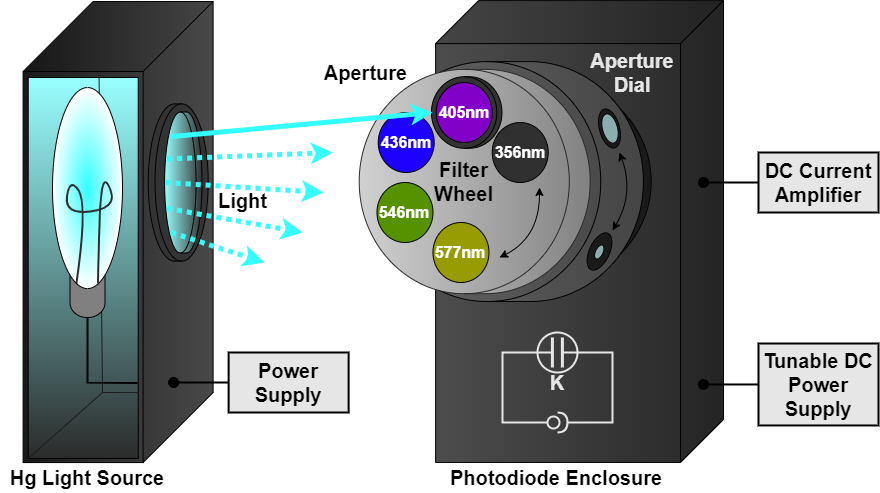
parallax-xallaraq/PHSX616 keeps this draw.io diagram as Lab4 - Photoelectric Effect/Figures/apparatus.png. Above is the earlier version. Source tidied: cells renumbered, new cells last; positions are measured from the earlier drawing's top-left corner, leaving out a move shared by most shapes.
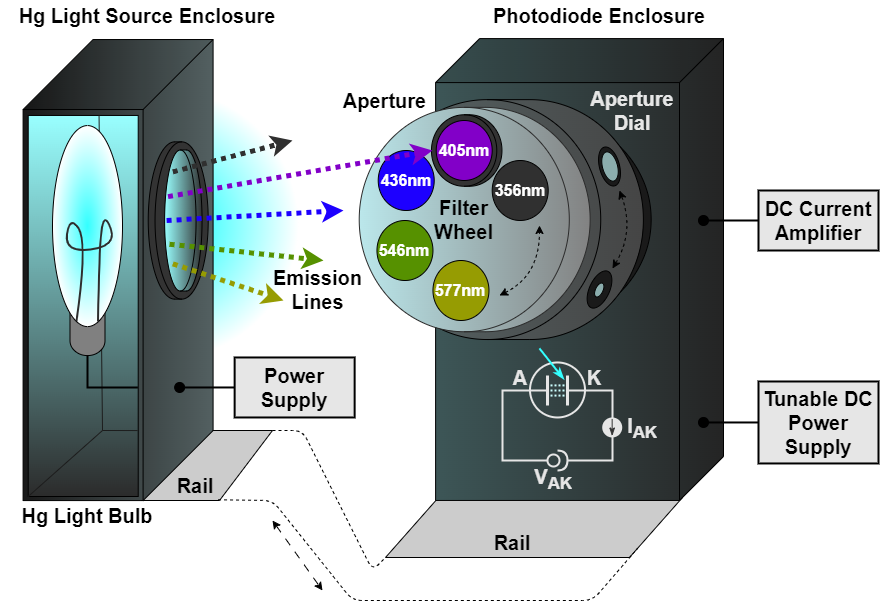
Later version of the same file.

Diff of the diagram source:
```diff
@@ -4,3 +4,20 @@
     <mxCell id="1" parent="0" />
+    <mxCell id="67" style="ellipse;whiteSpace=wrap;html=1;strokeColor=none;gradientColor=#FFFFFF;gradientDirection=radial;fillColor=#00FFFF;" parent="1" vertex="1">
+      <mxGeometry x="141.1" y="5" width="270" height="270" as="geometry" />
+    </mxCell>
+    <mxCell id="68" style="shape=parallelogram;perimeter=parallelogramPerimeter;whiteSpace=wrap;html=1;fixedSize=1;size=53;strokeColor=default;fillColor=#CCCCCC;" parent="1" vertex="1">
+      <mxGeometry x="253.5" y="346" width="131.5" height="70" as="geometry" />
+    </mxCell>
+    <mxCell id="69" style="endArrow=none;html=1;entryX=0;entryY=1;entryDx=0;entryDy=0;rounded=1;dashed=1;exitX=1;exitY=0;exitDx=0;exitDy=0;" parent="1" edge="1" source="68" target="70">
+      <mxGeometry relative="1" as="geometry">
+        <Array as="points">
+          <mxPoint x="415" y="346" />
+          <mxPoint x="485" y="486" />
+        </Array>
+      </mxGeometry>
+    </mxCell>
+    <mxCell id="70" style="shape=parallelogram;perimeter=parallelogramPerimeter;whiteSpace=wrap;html=1;fixedSize=1;size=53;strokeColor=default;fillColor=#CCCCCC;" parent="1" vertex="1">
+      <mxGeometry x="498" y="413" width="297" height="60" as="geometry" />
+    </mxCell>
-    <mxCell id="2" style="shape=cube;whiteSpace=wrap;html=1;boundedLbl=1;backgroundOutline=1;darkOpacity=0.05;darkOpacity2=0.1;size=70;rotation=90;fillColor=#4D4D4D;gradientColor=#191919;fontSize=20;" parent="1" vertex="1">
+    <mxCell id="2" style="shape=cube;whiteSpace=wrap;html=1;boundedLbl=1;backgroundOutline=1;darkOpacity=0.05;darkOpacity2=0.1;size=70;rotation=90;fillColor=#576566;gradientColor=#191919;fontSize=20;" parent="1" vertex="1">
       <mxGeometry x="0.1" y="90.6" width="461.1" height="190" as="geometry" />
@@ -10,3 +27,3 @@
     </mxCell>
-    <mxCell id="4" style="shape=cube;whiteSpace=wrap;html=1;boundedLbl=1;backgroundOutline=1;darkOpacity=0.05;darkOpacity2=0.1;size=43;rotation=90;fillColor=#4D4D4D;shadow=0;gradientColor=#262626;gradientDirection=north;fontSize=20;" parent="1" vertex="1">
+    <mxCell id="4" style="shape=cube;whiteSpace=wrap;html=1;boundedLbl=1;backgroundOutline=1;darkOpacity=0.05;darkOpacity2=0.1;size=44;rotation=90;fillColor=#3D5657;shadow=0;gradientColor=#262626;gradientDirection=north;fontSize=20;" parent="1" vertex="1">
       <mxGeometry x="461.1" y="41.1" width="461.9" height="287.9" as="geometry" />
@@ -16,6 +33,6 @@
     </mxCell>
-    <mxCell id="6" style="shape=cylinder3;whiteSpace=wrap;html=1;boundedLbl=1;backgroundOutline=1;size=113.52428571428561;rotation=-90;fillColor=#666666;gradientColor=#454545;fontSize=20;" parent="1" vertex="1">
+    <mxCell id="6" style="shape=cylinder3;whiteSpace=wrap;html=1;boundedLbl=1;backgroundOutline=1;size=113.52428571428561;rotation=-90;fillColor=#576566;gradientColor=#454545;fontSize=20;" parent="1" vertex="1">
       <mxGeometry x="501.1" y="0.2" width="239.9" height="269.7" as="geometry" />
     </mxCell>
-    <mxCell id="7" style="shape=cylinder3;whiteSpace=wrap;html=1;boundedLbl=1;backgroundOutline=1;size=105.0376190476191;rotation=-90;fillColor=#D1D1D1;gradientColor=#828282;gradientDirection=south;strokeColor=#2B2B2B;fontSize=20;" parent="1" vertex="1">
+    <mxCell id="7" style="shape=cylinder3;whiteSpace=wrap;html=1;boundedLbl=1;backgroundOutline=1;size=105.0376190476191;rotation=-90;fillColor=#BBE7EB;gradientColor=#828282;gradientDirection=south;strokeColor=#2B2B2B;fontSize=20;" parent="1" vertex="1">
       <mxGeometry x="475" y="19.6" width="224.4" height="230.9" as="geometry" />
@@ -25,3 +42,3 @@
     </mxCell>
-    <mxCell id="9" style="ellipse;whiteSpace=wrap;html=1;fillColor=#1d00ff;fontSize=20;" parent="1" vertex="1">
+    <mxCell id="9" style="ellipse;whiteSpace=wrap;html=1;fillColor=#1D00FF;fontSize=20;" parent="1" vertex="1">
       <mxGeometry x="490.7" y="66" width="56" height="60" as="geometry" />
@@ -34,44 +51,2 @@
     </mxCell>
-    <mxCell id="12" style="group;fontColor=#FFFFFF;fontSize=20;" parent="1" vertex="1">
-      <mxGeometry x="615" y="286" width="125" height="100" as="geometry" />
-    </mxCell>
-    <mxCell id="13" style="ellipse;whiteSpace=wrap;html=1;fillColor=none;strokeWidth=2;strokeColor=#E6E6E6;fontSize=20;" parent="12" vertex="1">
-      <mxGeometry x="35" width="40" height="40" as="geometry" />
-    </mxCell>
-    <mxCell id="14" style="shape=providedRequiredInterface;html=1;verticalLabelPosition=bottom;sketch=0;fillColor=none;strokeWidth=2;strokeColor=#E6E6E6;fontSize=20;" parent="12" vertex="1">
-      <mxGeometry x="45" y="80" width="20" height="20" as="geometry" />
-    </mxCell>
-    <mxCell id="15" style="endArrow=none;html=1;rounded=0;strokeWidth=3;strokeColor=#E6E6E6;fontSize=20;" parent="12" edge="1">
-      <mxGeometry relative="1" as="geometry">
-        <mxPoint x="49.9" y="35" as="sourcePoint" />
-        <mxPoint x="49.9" y="5" as="targetPoint" />
-      </mxGeometry>
-    </mxCell>
-    <mxCell id="16" style="endArrow=none;html=1;rounded=0;strokeWidth=3;strokeColor=#E6E6E6;fontSize=20;" parent="12" edge="1">
-      <mxGeometry relative="1" as="geometry">
-        <mxPoint x="59.9" y="35" as="sourcePoint" />
-        <mxPoint x="59.9" y="5" as="targetPoint" />
-      </mxGeometry>
-    </mxCell>
-    <mxCell id="17" style="endArrow=none;html=1;rounded=0;exitX=0;exitY=0.5;exitDx=0;exitDy=0;exitPerimeter=0;strokeWidth=2;strokeColor=#E6E6E6;fontSize=20;" parent="12" edge="1" source="14">
-      <mxGeometry relative="1" as="geometry">
-        <mxPoint x="50" y="20" as="targetPoint" />
-        <Array as="points">
-          <mxPoint y="90" />
-          <mxPoint y="20" />
-        </Array>
-      </mxGeometry>
-    </mxCell>
-    <mxCell id="18" style="endArrow=none;html=1;rounded=0;exitX=1;exitY=0.5;exitDx=0;exitDy=0;exitPerimeter=0;strokeWidth=2;strokeColor=#E6E6E6;fontSize=20;" parent="12" edge="1" source="14">
-      <mxGeometry relative="1" as="geometry">
-        <mxPoint x="60" y="20" as="targetPoint" />
-        <Array as="points">
-          <mxPoint x="110" y="90" />
-          <mxPoint x="110" y="20" />
-        </Array>
-      </mxGeometry>
-    </mxCell>
-    <mxCell id="19" value="&lt;b style=&quot;font-size: 20px;&quot;&gt;&lt;font style=&quot;font-size: 20px;&quot;&gt;K&lt;/font&gt;&lt;/b&gt;" style="text;html=1;strokeColor=none;fillColor=none;align=center;verticalAlign=middle;whiteSpace=wrap;rounded=0;fontColor=#E6E6E6;fontSize=20;" parent="12" vertex="1">
-      <mxGeometry x="25" y="35" width="60" height="30" as="geometry" />
-    </mxCell>
     <mxCell id="20" value="&lt;b style=&quot;font-size: 16px;&quot;&gt;&lt;font style=&quot;font-size: 16px;&quot;&gt;356nm&lt;/font&gt;&lt;/b&gt;" style="text;html=1;strokeColor=none;fillColor=none;align=center;verticalAlign=middle;whiteSpace=wrap;rounded=0;fontColor=#FFFFFF;fontSize=16;" parent="1" vertex="1">
@@ -106,3 +81,3 @@
     </mxCell>
-    <mxCell id="30" style="endArrow=classic;startArrow=classic;html=1;curved=1;exitX=0.5;exitY=0;exitDx=0;exitDy=0;entryX=0.5;entryY=1;entryDx=0;entryDy=0;fontSize=20;" parent="1" edge="1">
+    <mxCell id="30" style="endArrow=classic;startArrow=classic;html=1;curved=1;exitX=0.5;exitY=0;exitDx=0;exitDy=0;entryX=0.5;entryY=1;entryDx=0;entryDy=0;fontSize=20;dashed=1;" parent="1" edge="1">
       <mxGeometry relative="1" as="geometry">
@@ -115,3 +90,3 @@
     </mxCell>
-    <mxCell id="31" style="endArrow=classic;startArrow=classic;html=1;curved=1;fontSize=20;" parent="1" edge="1">
+    <mxCell id="31" style="endArrow=classic;startArrow=classic;html=1;curved=1;fontSize=20;dashed=1;" parent="1" edge="1">
       <mxGeometry relative="1" as="geometry">
@@ -124,3 +99,3 @@
     </mxCell>
-    <mxCell id="32" value="&lt;font style=&quot;font-size: 20px;&quot;&gt;&lt;b style=&quot;font-size: 20px;&quot;&gt;Hg Light Source&lt;/b&gt;&lt;/font&gt;" style="text;html=1;strokeColor=none;fillColor=none;align=center;verticalAlign=middle;whiteSpace=wrap;rounded=0;fontSize=20;" parent="1" vertex="1">
+    <mxCell id="32" value="&lt;font style=&quot;font-size: 20px;&quot;&gt;&lt;b style=&quot;font-size: 20px;&quot;&gt;Hg Light Bulb&lt;/b&gt;&lt;/font&gt;" style="text;html=1;strokeColor=none;fillColor=none;align=center;verticalAlign=middle;whiteSpace=wrap;rounded=0;fontSize=20;" parent="1" vertex="1">
       <mxGeometry x="112.8" y="416" width="174.3" height="30" as="geometry" />
@@ -134,3 +109,3 @@
     <mxCell id="35" value="&lt;font style=&quot;font-size: 20px;&quot;&gt;&lt;b style=&quot;font-size: 20px;&quot;&gt;Photodiode Enclosure&lt;/b&gt;&lt;/font&gt;" style="text;html=1;strokeColor=none;fillColor=none;align=center;verticalAlign=middle;whiteSpace=wrap;rounded=0;fontSize=20;" parent="1" vertex="1">
-      <mxGeometry x="538.5" y="416" width="262.3" height="30" as="geometry" />
+      <mxGeometry x="580.9" y="-84" width="262.3" height="30" as="geometry" />
     </mxCell>
@@ -163,6 +138,6 @@
     <mxCell id="44" value="&lt;font style=&quot;font-size: 20px;&quot;&gt;&lt;b style=&quot;font-size: 20px;&quot;&gt;Power Supply&lt;/b&gt;&lt;/font&gt;" style="rounded=0;whiteSpace=wrap;html=1;strokeWidth=2;fillColor=#E6E6E6;fontSize=20;" parent="1" vertex="1">
-      <mxGeometry x="341.1" y="306" width="120" height="60" as="geometry" />
+      <mxGeometry x="347.1" y="273" width="120" height="60" as="geometry" />
     </mxCell>
     <mxCell id="45" style="ellipse;whiteSpace=wrap;html=1;fillColor=#000000;fontSize=20;" parent="1" vertex="1">
-      <mxGeometry x="281.1" y="331" width="10" height="10" as="geometry" />
+      <mxGeometry x="287.1" y="298" width="10" height="10" as="geometry" />
     </mxCell>
@@ -206,6 +181,6 @@
     </mxCell>
-    <mxCell id="53" style="endArrow=none;html=1;rounded=0;strokeWidth=2;entryX=0.5;entryY=1;entryDx=0;entryDy=0;entryPerimeter=0;exitX=0.995;exitY=0.802;exitDx=0;exitDy=0;exitPerimeter=0;fontSize=20;" parent="1" edge="1" source="3" target="50">
+    <mxCell id="53" style="endArrow=none;html=1;rounded=0;strokeWidth=2;entryX=0.5;entryY=1;entryDx=0;entryDy=0;entryPerimeter=0;exitX=0.997;exitY=0.714;exitDx=0;exitDy=0;fontSize=20;exitPerimeter=0;" parent="1" edge="1" source="3" target="50">
       <mxGeometry relative="1" as="geometry">
         <Array as="points">
-          <mxPoint x="200" y="336" />
+          <mxPoint x="200" y="303" />
         </Array>
@@ -222,25 +197,29 @@
     </mxCell>
-    <mxCell id="57" style="endArrow=classic;html=1;rounded=0;strokeWidth=5;strokeColor=#33FFFF;exitX=0.5;exitY=0;exitDx=0;exitDy=0;exitPerimeter=0;dashed=1;dashPattern=1 1;fontSize=20;" parent="1" edge="1">
+    <mxCell id="57" style="endArrow=classic;html=1;rounded=0;strokeWidth=5;strokeColor=#569100;dashed=1;dashPattern=1 1;fontSize=20;exitX=0.332;exitY=0.104;exitDx=0;exitDy=0;exitPerimeter=0;" parent="1" edge="1">
       <mxGeometry relative="1" as="geometry">
-        <mxPoint x="278.1" y="136" as="sourcePoint" />
-        <mxPoint x="436" y="146" as="targetPoint" />
+        <mxPoint x="282" y="159.7" as="sourcePoint" />
+        <mxPoint x="436" y="176" as="targetPoint" />
       </mxGeometry>
     </mxCell>
-    <mxCell id="58" style="endArrow=classic;html=1;rounded=0;strokeWidth=5;strokeColor=#33FFFF;exitX=0.145;exitY=0;exitDx=0;exitDy=4.5613258064516184;exitPerimeter=0;dashed=1;dashPattern=1 1;fontSize=20;" parent="1" edge="1">
+    <mxCell id="58" style="endArrow=classic;html=1;rounded=0;strokeWidth=5;strokeColor=#303030;exitX=0.845;exitY=0.218;exitDx=0;exitDy=0;exitPerimeter=0;dashed=1;dashPattern=1 1;fontSize=20;" parent="1" edge="1" source="56">
       <mxGeometry relative="1" as="geometry">
-        <mxPoint x="283.7" y="186.1" as="sourcePoint" />
-        <mxPoint x="377" y="216" as="targetPoint" />
+        <mxPoint x="405" y="56" as="targetPoint" />
       </mxGeometry>
     </mxCell>
-    <mxCell id="59" value="&lt;font style=&quot;font-size: 20px;&quot;&gt;&lt;b style=&quot;font-size: 20px;&quot;&gt;Light&lt;/b&gt;&lt;/font&gt;" style="text;html=1;strokeColor=none;fillColor=none;align=center;verticalAlign=middle;whiteSpace=wrap;rounded=0;fontColor=#000000;fontSize=20;" parent="1" vertex="1">
-      <mxGeometry x="298" y="139" width="114.5" height="30" as="geometry" />
+    <mxCell id="59" value="&lt;font style=&quot;font-size: 20px;&quot;&gt;&lt;b style=&quot;font-size: 20px;&quot;&gt;Emission Lines&lt;/b&gt;&lt;/font&gt;" style="text;html=1;strokeColor=none;fillColor=none;align=center;verticalAlign=middle;whiteSpace=wrap;rounded=0;fontColor=#000000;fontSize=20;" parent="1" vertex="1">
+      <mxGeometry x="372.9" y="190" width="114.5" height="30" as="geometry" />
     </mxCell>
+    <mxCell id="13" style="ellipse;whiteSpace=wrap;html=1;fillColor=none;strokeWidth=2;strokeColor=#E6E6E6;fontSize=20;" parent="1" vertex="1">
+      <mxGeometry x="642.5" y="278" width="55" height="55" as="geometry" />
+    </mxCell>
-    <mxCell id="60" style="endArrow=classic;html=1;rounded=0;strokeWidth=5;strokeColor=#33FFFF;exitX=0.667;exitY=0.069;exitDx=0;exitDy=0;exitPerimeter=0;dashed=1;dashPattern=1 1;fontSize=20;" parent="1" edge="1" source="56">
+    <mxCell id="60" style="endArrow=classic;html=1;rounded=0;strokeWidth=5;strokeColor=#1D00FF;exitX=0.5;exitY=0;exitDx=0;exitDy=0;exitPerimeter=0;dashed=1;dashPattern=1 1;fontSize=20;" parent="1" edge="1">
       <mxGeometry relative="1" as="geometry">
-        <mxPoint x="445" y="106" as="targetPoint" />
+        <mxPoint x="279.1" y="136" as="sourcePoint" />
+        <mxPoint x="456" y="126" as="targetPoint" />
       </mxGeometry>
     </mxCell>
-    <mxCell id="61" style="endArrow=classic;html=1;rounded=0;strokeWidth=5;strokeColor=#33FFFF;exitX=0.317;exitY=0.066;exitDx=0;exitDy=0;exitPerimeter=0;dashed=1;dashPattern=1 1;fontSize=20;" parent="1" edge="1" source="56">
+    <mxCell id="61" style="endArrow=classic;html=1;rounded=0;strokeWidth=5;strokeColor=#969c02;exitX=0.193;exitY=0.193;exitDx=0;exitDy=0;exitPerimeter=0;dashed=1;dashPattern=1 1;fontSize=20;" parent="1" edge="1">
       <mxGeometry relative="1" as="geometry">
-        <mxPoint x="415" y="186" as="targetPoint" />
+        <mxPoint x="285.3" y="179.3" as="sourcePoint" />
+        <mxPoint x="396" y="216" as="targetPoint" />
       </mxGeometry>
@@ -250,2 +229,5 @@
     </mxCell>
+    <mxCell id="71" value="&lt;b style=&quot;font-size: 20px;&quot;&gt;&lt;font style=&quot;font-size: 20px;&quot;&gt;A&lt;/font&gt;&lt;/b&gt;" style="text;html=1;strokeColor=none;fillColor=none;align=center;verticalAlign=middle;whiteSpace=wrap;rounded=0;fontColor=#E6E6E6;fontSize=20;" parent="1" vertex="1">
+      <mxGeometry x="602.7" y="278" width="60" height="30" as="geometry" />
+    </mxCell>
     <mxCell id="63" style="ellipse;whiteSpace=wrap;html=1;fillColor=#8200C8;gradientColor=none;gradientDirection=south;strokeWidth=1;fontSize=20;" parent="1" vertex="1">
@@ -256,3 +238,3 @@
     </mxCell>
-    <mxCell id="65" style="endArrow=classic;html=1;rounded=1;strokeWidth=5;strokeColor=#33FFFF;exitX=0.825;exitY=0.162;exitDx=0;exitDy=0;exitPerimeter=0;fontSize=20;" parent="1" edge="1" source="56">
+    <mxCell id="65" style="endArrow=classic;html=1;rounded=1;strokeWidth=5;strokeColor=#8200c8;exitX=0.669;exitY=0.091;exitDx=0;exitDy=0;exitPerimeter=0;fontSize=20;dashed=1;dashPattern=1 1;" parent="1" edge="1" source="56">
       <mxGeometry relative="1" as="geometry">
@@ -262,4 +244,103 @@
     <mxCell id="66" value="&lt;font style=&quot;font-size: 20px;&quot;&gt;&lt;b style=&quot;font-size: 20px;&quot;&gt;Aperture&lt;/b&gt;&lt;/font&gt;" style="text;html=1;strokeColor=none;fillColor=none;align=center;verticalAlign=middle;whiteSpace=wrap;rounded=0;fontColor=#000000;fontSize=20;" parent="1" vertex="1">
-      <mxGeometry x="421.3" y="11" width="114.5" height="30" as="geometry" />
+      <mxGeometry x="440.3" y="1" width="114.5" height="30" as="geometry" />
     </mxCell>
+    <mxCell id="72" style="endArrow=classicThin;html=1;rounded=1;strokeWidth=2;strokeColor=#33FFFF;fontSize=20;exitX=0.675;exitY=0.629;exitDx=0;exitDy=0;exitPerimeter=0;endFill=1;" parent="1" edge="1">
+      <mxGeometry relative="1" as="geometry">
+        <mxPoint x="651.9" y="263.8" as="sourcePoint" />
+        <mxPoint x="676.6" y="295" as="targetPoint" />
+      </mxGeometry>
+    </mxCell>
+    <mxCell id="73" value="&lt;b style=&quot;font-size: 20px;&quot;&gt;&lt;font style=&quot;font-size: 20px;&quot;&gt;V&lt;sub&gt;AK&lt;/sub&gt;&lt;/font&gt;&lt;/b&gt;" style="text;html=1;strokeColor=none;fillColor=none;align=center;verticalAlign=middle;whiteSpace=wrap;rounded=0;fontColor=#E6E6E6;fontSize=20;" parent="1" vertex="1">
+      <mxGeometry x="636.1" y="380" width="60" height="30" as="geometry" />
+    </mxCell>
+    <mxCell id="74" value="&lt;b&gt;I&lt;sub&gt;AK&lt;/sub&gt;&lt;/b&gt;" style="text;html=1;strokeColor=none;fillColor=none;align=center;verticalAlign=middle;whiteSpace=wrap;rounded=0;fontColor=#E6E6E6;fontSize=20;" parent="1" vertex="1">
+      <mxGeometry x="725" y="329" width="60" height="30" as="geometry" />
+    </mxCell>
+    <mxCell id="75" style="endArrow=none;html=1;exitX=0.586;exitY=0.99;exitDx=0;exitDy=0;entryX=1;entryY=1;entryDx=0;entryDy=0;rounded=1;dashed=1;exitPerimeter=0;" parent="1" edge="1" source="68" target="70">
+      <mxGeometry relative="1" as="geometry">
+        <Array as="points">
+          <mxPoint x="385" y="416" />
+          <mxPoint x="465" y="516" />
+          <mxPoint x="705" y="516" />
+        </Array>
+      </mxGeometry>
+    </mxCell>
+    <mxCell id="76" value="&lt;b&gt;Rail&lt;/b&gt;" style="text;html=1;strokeColor=none;fillColor=none;align=center;verticalAlign=middle;whiteSpace=wrap;rounded=0;fontSize=20;" parent="1" vertex="1">
+      <mxGeometry x="538.5" y="443" width="174.3" height="30" as="geometry" />
+    </mxCell>
+    <mxCell id="77" value="&lt;font style=&quot;font-size: 20px;&quot;&gt;&lt;b style=&quot;font-size: 20px;&quot;&gt;Hg Light Source Enclosure&lt;/b&gt;&lt;/font&gt;" style="text;html=1;strokeColor=none;fillColor=none;align=center;verticalAlign=middle;whiteSpace=wrap;rounded=0;fontSize=20;" parent="1" vertex="1">
+      <mxGeometry x="125" y="-84" width="270" height="30" as="geometry" />
+    </mxCell>
+    <mxCell id="78" style="endArrow=classic;startArrow=classic;html=1;rounded=0;dashed=1;dashPattern=8 8;" parent="1" edge="1">
+      <mxGeometry relative="1" as="geometry">
+        <mxPoint x="385" y="436" as="sourcePoint" />
+        <mxPoint x="435" y="506" as="targetPoint" />
+      </mxGeometry>
+    </mxCell>
+    <mxCell id="79" value="&lt;b&gt;Rail&lt;/b&gt;" style="text;html=1;strokeColor=none;fillColor=none;align=center;verticalAlign=middle;whiteSpace=wrap;rounded=0;fontSize=20;" parent="1" vertex="1">
+      <mxGeometry x="220.7" y="386" width="174.3" height="30" as="geometry" />
+    </mxCell>
+    <mxCell id="14" style="shape=providedRequiredInterface;html=1;verticalLabelPosition=bottom;sketch=0;fillColor=none;strokeWidth=2;strokeColor=#E6E6E6;fontSize=20;" parent="1" vertex="1">
+      <mxGeometry x="660" y="366" width="20" height="20" as="geometry" />
+    </mxCell>
+    <mxCell id="15" style="endArrow=none;html=1;rounded=0;strokeWidth=3;strokeColor=#E6E6E6;fontSize=20;" parent="1" edge="1">
+      <mxGeometry relative="1" as="geometry">
+        <mxPoint x="660" y="321" as="sourcePoint" />
+        <mxPoint x="660" y="291" as="targetPoint" />
+      </mxGeometry>
+    </mxCell>
+    <mxCell id="16" style="endArrow=none;html=1;rounded=0;strokeWidth=3;strokeColor=#E6E6E6;fontSize=20;" parent="1" edge="1">
+      <mxGeometry relative="1" as="geometry">
+        <mxPoint x="680" y="321" as="sourcePoint" />
+        <mxPoint x="680" y="291" as="targetPoint" />
+      </mxGeometry>
+    </mxCell>
+    <mxCell id="17" style="endArrow=none;html=1;rounded=0;exitX=0;exitY=0.5;exitDx=0;exitDy=0;exitPerimeter=0;strokeWidth=2;strokeColor=#E6E6E6;fontSize=20;" parent="1" edge="1" source="14">
+      <mxGeometry relative="1" as="geometry">
+        <mxPoint x="660" y="306" as="targetPoint" />
+        <Array as="points">
+          <mxPoint x="615" y="376" />
+          <mxPoint x="615" y="306" />
+        </Array>
+      </mxGeometry>
+    </mxCell>
+    <mxCell id="18" style="endArrow=none;html=1;rounded=0;exitX=1;exitY=0.5;exitDx=0;exitDy=0;exitPerimeter=0;strokeWidth=2;strokeColor=#E6E6E6;fontSize=20;" parent="1" edge="1" source="14">
+      <mxGeometry relative="1" as="geometry">
+        <mxPoint x="680" y="306" as="targetPoint" />
+        <Array as="points">
+          <mxPoint x="725" y="376" />
+          <mxPoint x="725" y="306" />
+        </Array>
+      </mxGeometry>
+    </mxCell>
+    <mxCell id="19" value="&lt;b style=&quot;font-size: 20px;&quot;&gt;&lt;font style=&quot;font-size: 20px;&quot;&gt;K&lt;/font&gt;&lt;/b&gt;" style="text;html=1;strokeColor=none;fillColor=none;align=center;verticalAlign=middle;whiteSpace=wrap;rounded=0;fontColor=#E6E6E6;fontSize=20;" parent="1" vertex="1">
+      <mxGeometry x="676.7" y="278" width="60" height="30" as="geometry" />
+    </mxCell>
+    <mxCell id="80" style="endArrow=none;dashed=1;html=1;dashPattern=1 1;strokeWidth=2;rounded=0;strokeColor=#CCFFFF;" parent="1" edge="1">
+      <mxGeometry relative="1" as="geometry">
+        <mxPoint x="663" y="306" as="sourcePoint" />
+        <mxPoint x="677" y="306" as="targetPoint" />
+      </mxGeometry>
+    </mxCell>
+    <mxCell id="81" style="ellipse;whiteSpace=wrap;html=1;strokeColor=none;fillColor=#E6E6E6;" parent="1" vertex="1">
+      <mxGeometry x="714.7" y="333" width="20" height="20" as="geometry" />
+    </mxCell>
+    <mxCell id="82" style="endArrow=classicThin;html=1;rounded=0;strokeColor=#333333;endFill=1;strokeWidth=1;" parent="1" edge="1">
+      <mxGeometry relative="1" as="geometry">
+        <mxPoint x="724.7" y="334.5" as="sourcePoint" />
+        <mxPoint x="724.7" y="351.5" as="targetPoint" />
+      </mxGeometry>
+    </mxCell>
+    <mxCell id="83" style="endArrow=none;dashed=1;html=1;dashPattern=1 1;strokeWidth=2;rounded=0;strokeColor=#CCFFFF;" parent="1" edge="1">
+      <mxGeometry relative="1" as="geometry">
+        <mxPoint x="663" y="311.1" as="sourcePoint" />
+        <mxPoint x="677" y="311.1" as="targetPoint" />
+      </mxGeometry>
+    </mxCell>
+    <mxCell id="84" style="endArrow=none;dashed=1;html=1;dashPattern=1 1;strokeWidth=2;rounded=0;strokeColor=#CCFFFF;" parent="1" edge="1">
+      <mxGeometry relative="1" as="geometry">
+        <mxPoint x="663" y="300.9" as="sourcePoint" />
+        <mxPoint x="677" y="300.9" as="targetPoint" />
+      </mxGeometry>
+    </mxCell>
   </root>
```
